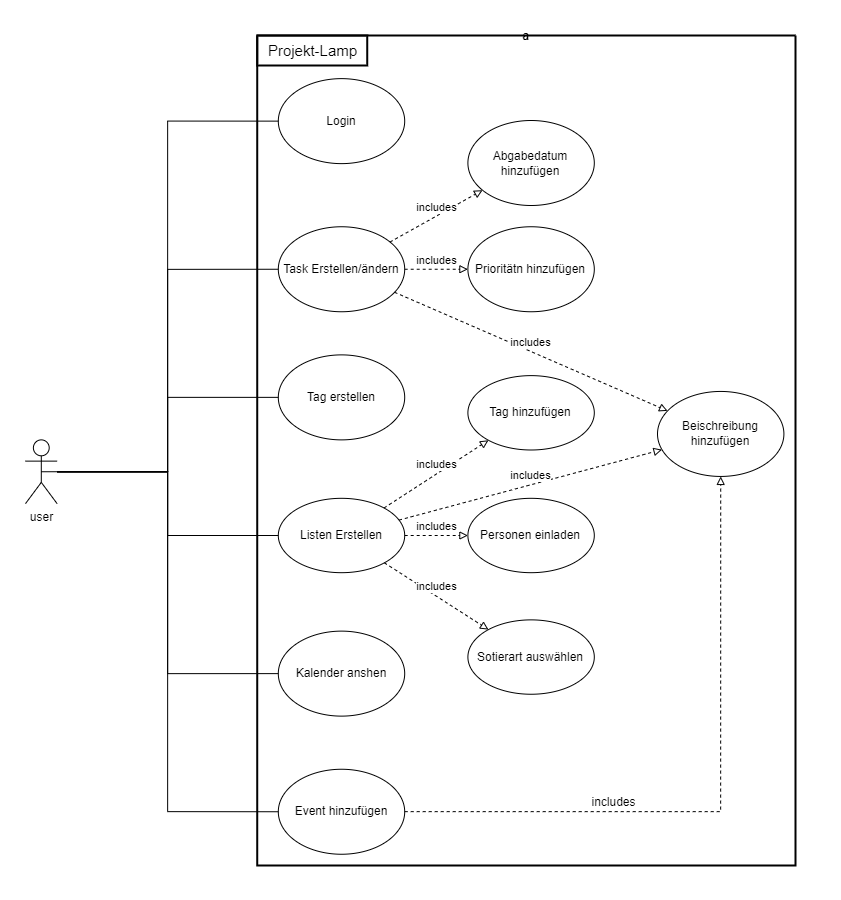
2324-syp-3ahif/Project-LAMP keeps this draw.io diagram as Zonstiges/UseCase_Diagramm.png. Above is the earlier version. Source tidied: cells renumbered, new cells last; positions are measured from the earlier drawing's top-left corner, leaving out a move shared by most shapes.
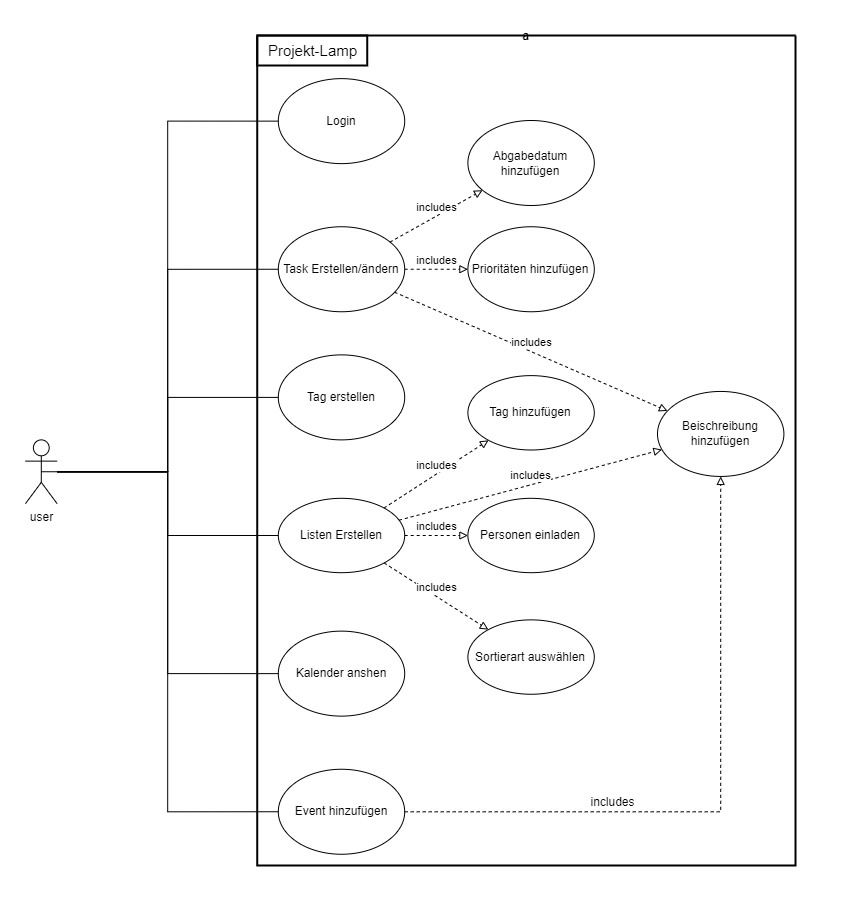
The same file after the commit.

Commit message:
fixed Usecase diagramm

Change to the diagram source:
```diff
@@ -50,7 +50,7 @@
     <mxCell id="17" value="Abgabedatum hinzufügen" style="ellipse;whiteSpace=wrap;html=1;" parent="14" vertex="1">
       <mxGeometry x="210.7" y="85" width="126.4" height="85" as="geometry" />
     </mxCell>
-    <mxCell id="18" value="Prioritätn hinzufügen" style="ellipse;whiteSpace=wrap;html=1;" parent="14" vertex="1">
+    <mxCell id="18" value="Prioritäten hinzufügen" style="ellipse;whiteSpace=wrap;html=1;" parent="14" vertex="1">
       <mxGeometry x="210.7" y="191.2" width="126.4" height="85" as="geometry" />
     </mxCell>
     <mxCell id="19" value="Tag hinzufügen" style="ellipse;whiteSpace=wrap;html=1;" parent="14" vertex="1">
@@ -59,7 +59,7 @@
     <mxCell id="20" value="Personen einladen" style="ellipse;whiteSpace=wrap;html=1;" parent="14" vertex="1">
       <mxGeometry x="210.7" y="462.8" width="126.4" height="74.4" as="geometry" />
     </mxCell>
-    <mxCell id="21" value="Sotierart auswählen" style="ellipse;whiteSpace=wrap;html=1;" parent="14" vertex="1">
+    <mxCell id="21" value="Sortierart auswählen" style="ellipse;whiteSpace=wrap;html=1;" parent="14" vertex="1">
       <mxGeometry x="210.7" y="584.4" width="126.4" height="74.4" as="geometry" />
     </mxCell>
     <mxCell id="22" value="includes" style="rounded=0;jettySize=auto;html=1;dashed=1;endArrow=block;endFill=0;verticalAlign=bottom;" parent="14" edge="1" source="16" target="17">
```
